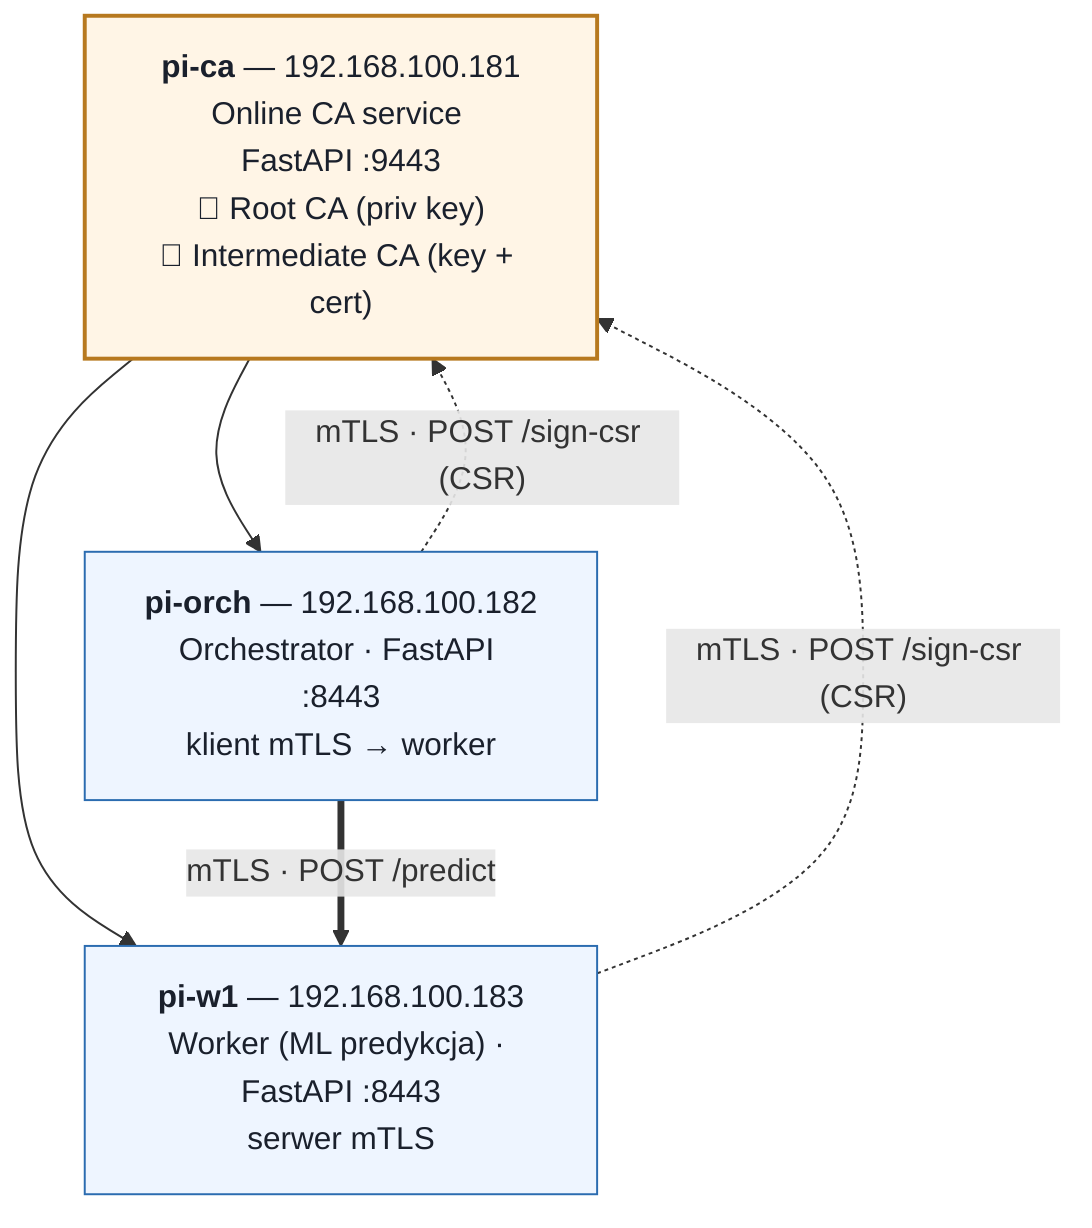
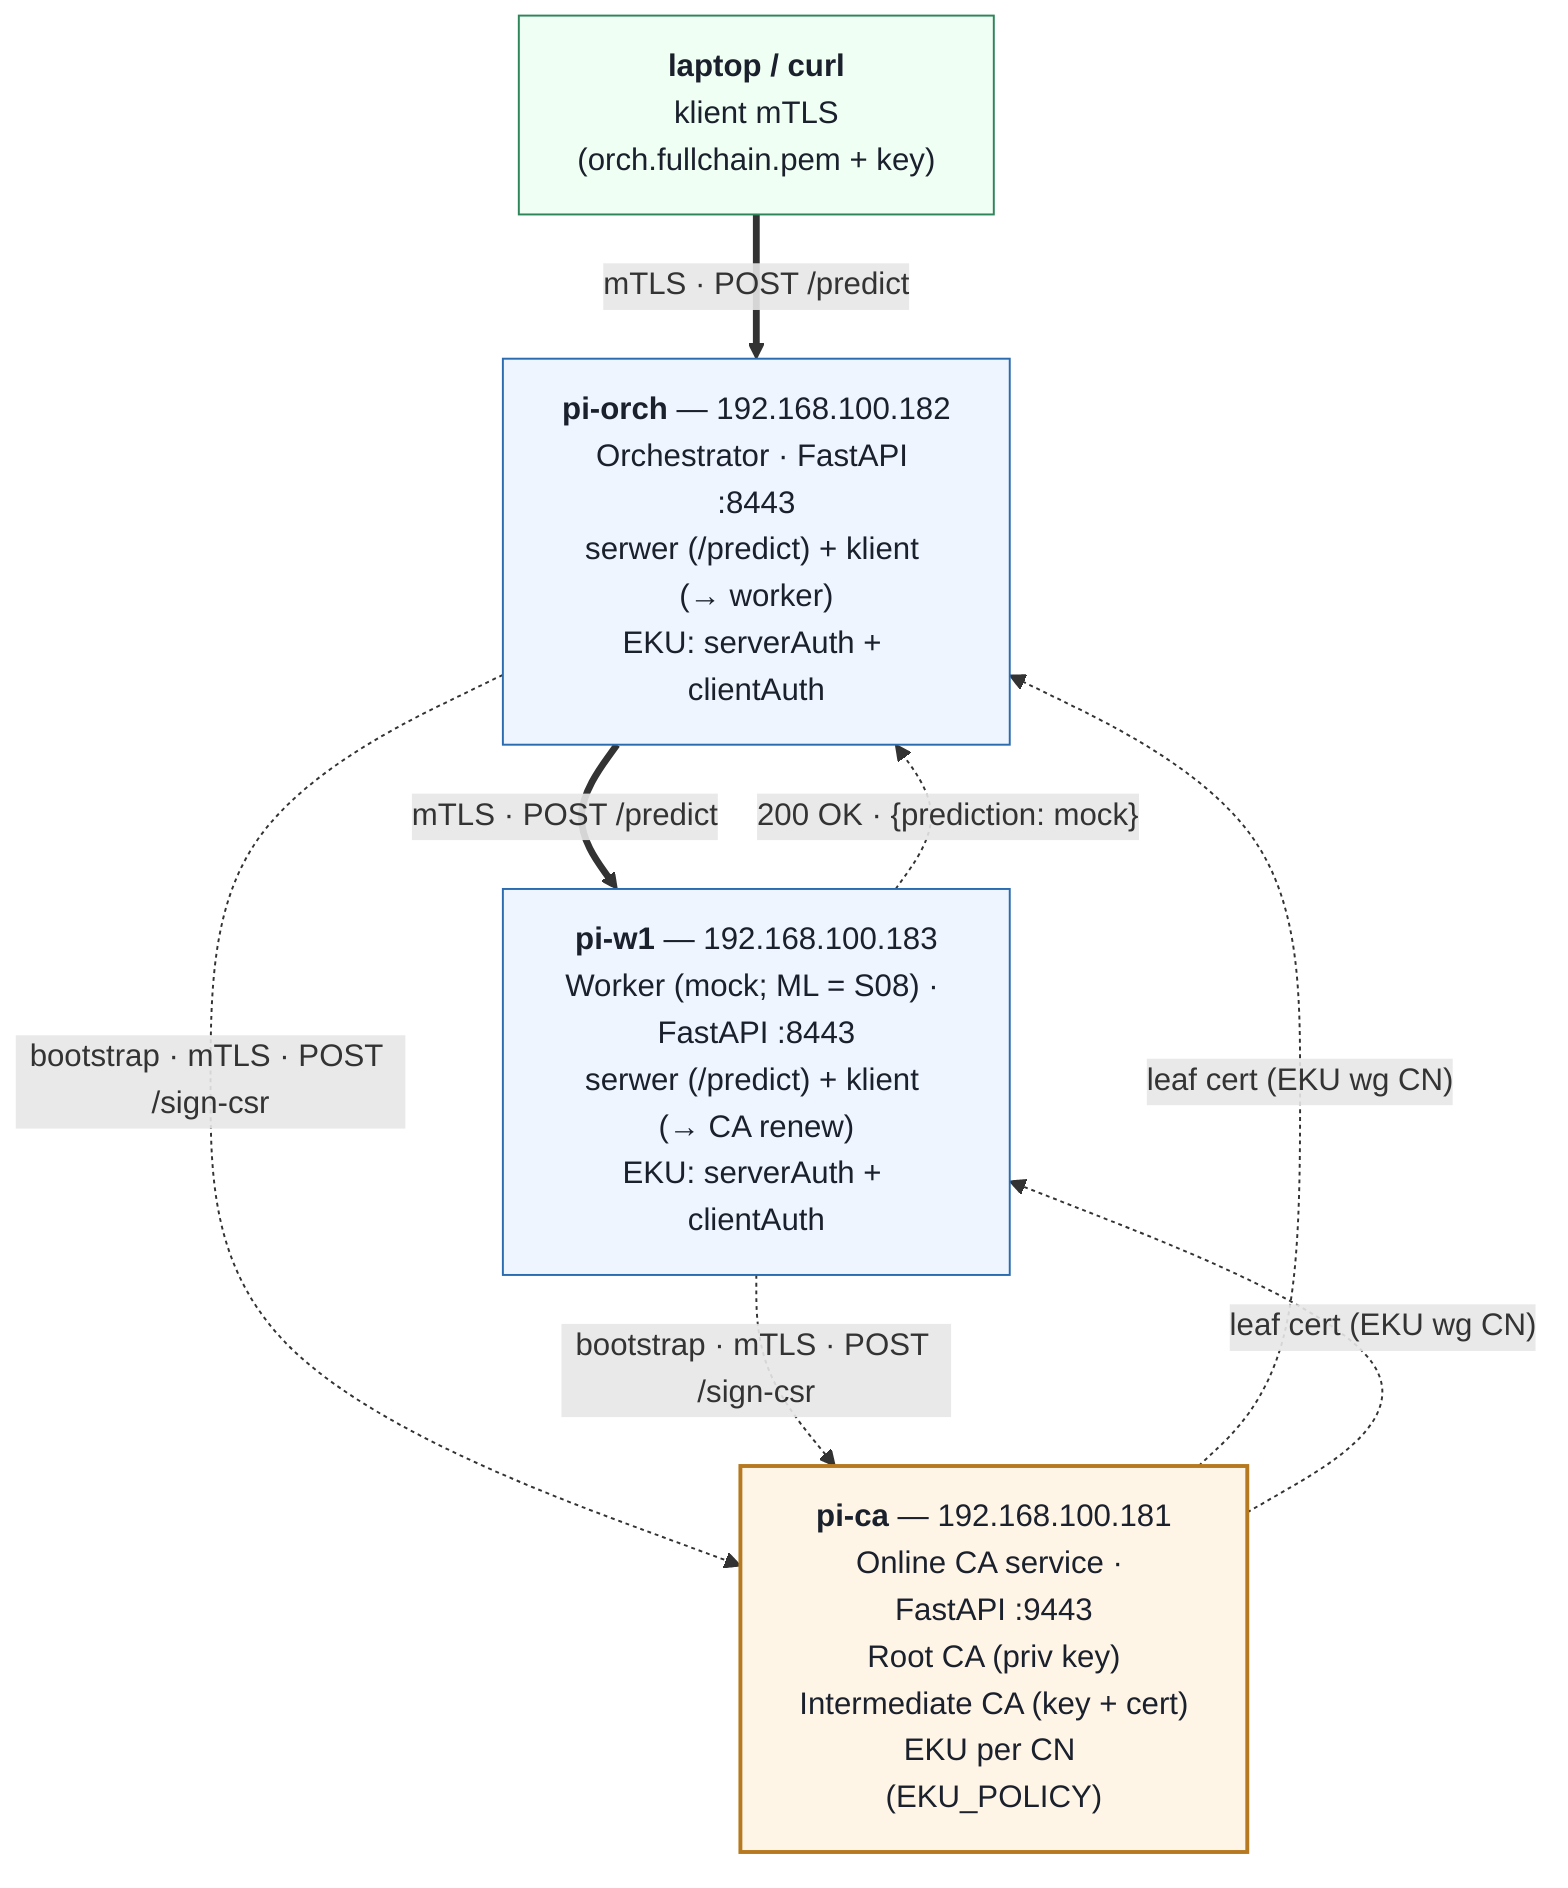
- %% Architektura klastra PKI — Sprint 02 (v1 roboczy)
+ %% Architektura klastra PKI — Sprint 07 (integracja 3 węzłów, mTLS end-to-end)
%% Render: VSCode "Markdown Preview Mermaid" / mermaid.live / mmdc -i architecture.mmd -o architecture.png
flowchart TD
    classDef node fill:#eef5ff,stroke:#2b6cb0,stroke-width:1px,color:#1a202c;
    classDef ca   fill:#fff5e6,stroke:#b7791f,stroke-width:2px,color:#1a202c;
+     classDef ext  fill:#f0fff4,stroke:#2f855a,stroke-width:1px,color:#1a202c;

-     pica["<b>pi-ca</b> — 192.168.100.181<br/>Online CA service <br/>FastAPI :9443<br/>🔑 Root CA (priv key)<br/>🔑 Intermediate CA (key + cert)"]:::ca
+     laptop["<b>laptop / curl</b><br/>klient mTLS<br/>(orch.fullchain.pem + key)"]:::ext

-     orch["<b>pi-orch</b> — 192.168.100.182<br/>Orchestrator · FastAPI :8443<br/>klient mTLS → worker"]:::node
+     pica["<b>pi-ca</b> — 192.168.100.181<br/>Online CA service · FastAPI :9443<br/>Root CA (priv key)<br/>Intermediate CA (key + cert)<br/>EKU per CN (EKU_POLICY)"]:::ca

-     w1["<b>pi-w1</b> — 192.168.100.183<br/>Worker (ML predykcja) · FastAPI :8443<br/>serwer mTLS"]:::node
+     orch["<b>pi-orch</b> — 192.168.100.182<br/>Orchestrator · FastAPI :8443<br/>serwer (/predict) + klient (→ worker)<br/>EKU: serverAuth + clientAuth"]:::node

-     pica --> orch
-     pica --> w1
+     w1["<b>pi-w1</b> — 192.168.100.183<br/>Worker (mock; ML = S08) · FastAPI :8443<br/>serwer (/predict) + klient (→ CA renew)<br/>EKU: serverAuth + clientAuth"]:::node

-     %% Faza bootstrap: każdy węzeł startuje od CSR → pi-ca (mTLS)
-     orch -. "mTLS · POST /sign-csr (CSR)" .-> pica
-     w1   -. "mTLS · POST /sign-csr (CSR)" .-> pica
+     %% Faza operacyjna: laptop → orch → worker (mTLS, łańcuch Root→Inter→leaf)
+     laptop == "mTLS · POST /predict" ==> orch
+     orch   == "mTLS · POST /predict" ==> w1
+     w1     -. "200 OK · {prediction: mock}" .-> orch

-     %% Faza operacyjna: orkiestrator → worker (mTLS)
-     orch == "mTLS · POST /predict" ==> w1
+     %% Faza bootstrap: każdy węzeł pobiera leaf z online CA (CSR → mTLS)
+     orch -. "bootstrap · mTLS · POST /sign-csr" .-> pica
+     w1   -. "bootstrap · mTLS · POST /sign-csr" .-> pica
+     pica -. "leaf cert (EKU wg CN)" .-> orch
+     pica -. "leaf cert (EKU wg CN)" .-> w1
